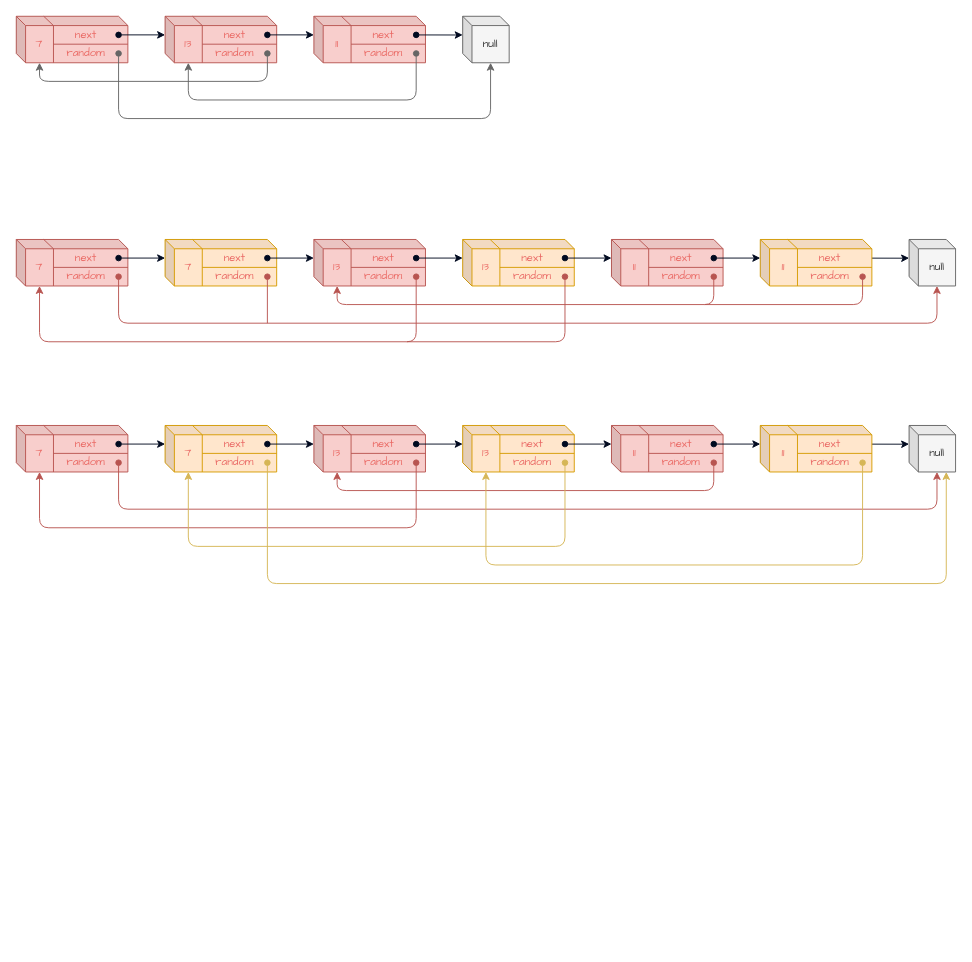
goldknife6/algorithm keeps this draw.io diagram as draw.io/复制复杂链表.drawio. Above is the earlier version. Source tidied: cells renumbered, new cells numbered last; positions are measured from the earlier drawing's top-left corner, leaving out a move shared by most shapes. Both pictures are drawn from the tidied source at 93%, with x=0, y=0 at pixel (16, 16).
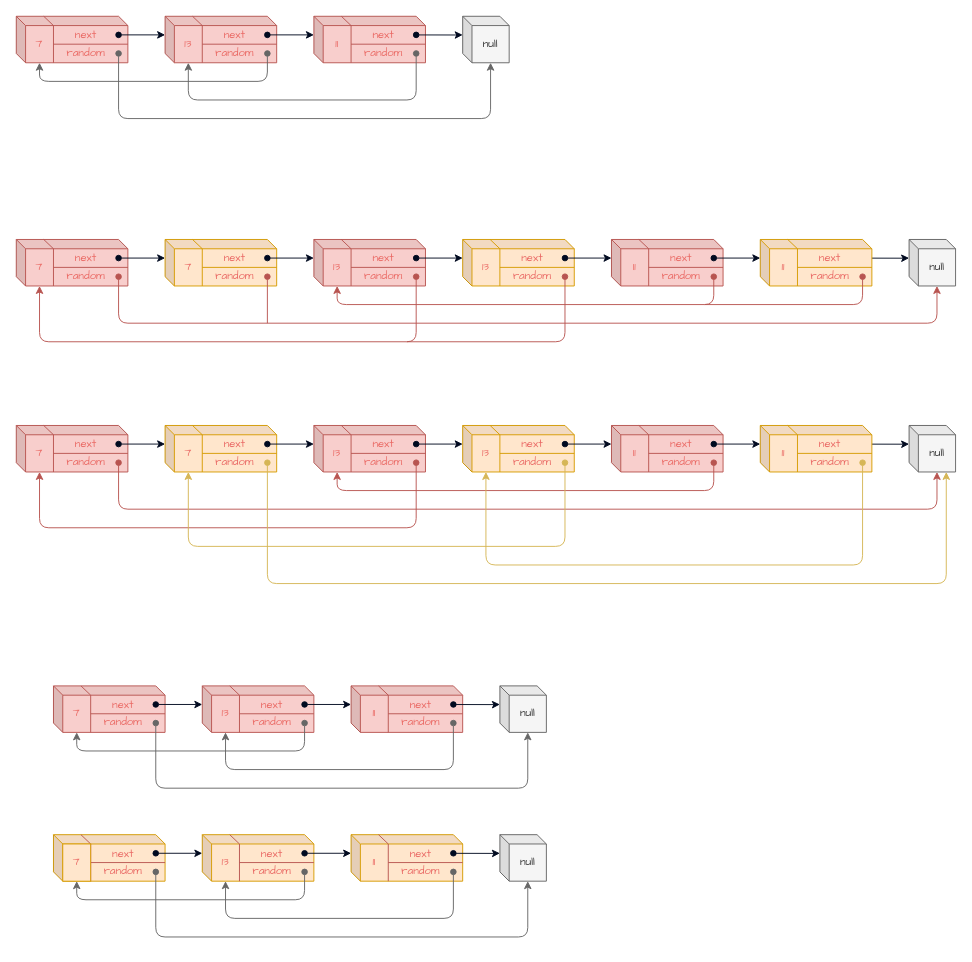
The same page after the edit.

Commit message:
更新复制复杂链表.drawio

What changed in the source:
```diff
@@
-<mxGraphModel>
+<mxGraphModel background="#ffffff">
@@
+    <mxCell id="142" style="shape=cube;whiteSpace=wrap;html=1;boundedLbl=1;backgroundOutline=1;darkOpacity=0.05;darkOpacity2=0.1;shadow=0;sketch=0;strokeWidth=1;size=10;fillColor=#f8cecc;strokeColor=#b85450;" parent="1" vertex="1">
+      <mxGeometry x="40" y="720" width="120" height="50" as="geometry" />
+    </mxCell>
+    <mxCell id="143" style="endArrow=none;html=1;rounded=0;sketch=0;strokeWidth=1;exitX=0.246;exitY=0;exitDx=0;exitDy=0;exitPerimeter=0;fillColor=#f8cecc;strokeColor=#b85450;" parent="1" edge="1" source="142">
+      <mxGeometry relative="1" as="geometry">
+        <mxPoint x="80" y="730" as="targetPoint" />
+      </mxGeometry>
+    </mxCell>
+    <mxCell id="144" style="endArrow=none;html=1;rounded=0;sketch=0;strokeWidth=1;fillColor=#f8cecc;strokeColor=#b85450;" parent="1" edge="1">
+      <mxGeometry relative="1" as="geometry">
+        <mxPoint x="80" y="770" as="sourcePoint" />
+        <mxPoint x="80" y="730" as="targetPoint" />
+      </mxGeometry>
+    </mxCell>
+    <mxCell id="145" style="endArrow=none;html=1;rounded=0;sketch=0;strokeWidth=1;entryX=0;entryY=0;entryDx=120;entryDy=30;entryPerimeter=0;fillColor=#f8cecc;strokeColor=#b85450;" parent="1" edge="1" target="142">
+      <mxGeometry relative="1" as="geometry">
+        <mxPoint x="80" y="750" as="sourcePoint" />
+      </mxGeometry>
+    </mxCell>
+    <mxCell id="146" style="edgeStyle=orthogonalEdgeStyle;rounded=1;sketch=0;jumpStyle=line;jettySize=auto;html=1;exitX=1;exitY=0.5;exitDx=0;exitDy=0;entryX=0;entryY=0;entryDx=0;entryDy=20;entryPerimeter=0;fontFamily=Comic Sans MS;startArrow=oval;startFill=1;strokeColor=#000A20;strokeWidth=1;shadow=0;targetPerimeterSpacing=0;endSize=6;startSize=6;" parent="1" edge="1" source="147" target="151">
+      <mxGeometry relative="1" as="geometry" />
+    </mxCell>
+    <mxCell id="147" value="&lt;font face=&quot;Comic Sans MS&quot; color=&quot;#ea6b66&quot;&gt;next&lt;/font&gt;" style="text;html=1;strokeColor=none;fillColor=none;align=center;verticalAlign=middle;whiteSpace=wrap;rounded=0;shadow=0;sketch=0;" parent="1" vertex="1">
+      <mxGeometry x="80" y="730" width="70" height="20" as="geometry" />
+    </mxCell>
+    <mxCell id="148" style="edgeStyle=orthogonalEdgeStyle;rounded=1;sketch=0;jumpStyle=none;jettySize=auto;html=1;exitX=1;exitY=0.5;exitDx=0;exitDy=0;entryX=0;entryY=0;entryDx=30;entryDy=50;entryPerimeter=0;shadow=0;fontFamily=Comic Sans MS;fontColor=#EA6B66;startArrow=oval;startFill=1;startSize=6;endSize=6;targetPerimeterSpacing=0;strokeColor=#666666;strokeWidth=1;fillColor=#f5f5f5;" parent="1" edge="1" source="149" target="169">
+      <mxGeometry relative="1" as="geometry">
+        <Array as="points">
+          <mxPoint x="150" y="830" />
+          <mxPoint x="550" y="830" />
+        </Array>
+      </mxGeometry>
+    </mxCell>
+    <mxCell id="149" value="&lt;font color=&quot;#ea6b66&quot;&gt;random&lt;/font&gt;" style="text;html=1;strokeColor=none;fillColor=none;align=center;verticalAlign=middle;whiteSpace=wrap;rounded=0;shadow=0;sketch=0;fontFamily=Comic Sans MS;" parent="1" vertex="1">
+      <mxGeometry x="80" y="750" width="70" height="20" as="geometry" />
+    </mxCell>
+    <mxCell id="150" value="&lt;font color=&quot;#ea6b66&quot;&gt;7&lt;/font&gt;" style="text;html=1;strokeColor=none;fillColor=none;align=center;verticalAlign=middle;whiteSpace=wrap;rounded=0;shadow=0;sketch=0;fontFamily=Comic Sans MS;" parent="1" vertex="1">
+      <mxGeometry x="50" y="730" width="30" height="40" as="geometry" />
+    </mxCell>
+    <mxCell id="151" style="shape=cube;whiteSpace=wrap;html=1;boundedLbl=1;backgroundOutline=1;darkOpacity=0.05;darkOpacity2=0.1;shadow=0;sketch=0;strokeWidth=1;size=10;fillColor=#f8cecc;strokeColor=#b85450;" parent="1" vertex="1">
+      <mxGeometry x="200" y="720" width="120" height="50" as="geometry" />
+    </mxCell>
+    <mxCell id="152" style="endArrow=none;html=1;rounded=0;sketch=0;strokeWidth=1;exitX=0.246;exitY=0;exitDx=0;exitDy=0;exitPerimeter=0;fillColor=#f8cecc;strokeColor=#b85450;" parent="1" edge="1" source="151">
+      <mxGeometry relative="1" as="geometry">
+        <mxPoint x="240" y="730" as="targetPoint" />
+      </mxGeometry>
+    </mxCell>
+    <mxCell id="153" style="endArrow=none;html=1;rounded=0;sketch=0;strokeWidth=1;fillColor=#f8cecc;strokeColor=#b85450;" parent="1" edge="1">
+      <mxGeometry relative="1" as="geometry">
+        <mxPoint x="240" y="770" as="sourcePoint" />
+        <mxPoint x="240" y="730" as="targetPoint" />
+      </mxGeometry>
+    </mxCell>
+    <mxCell id="154" style="endArrow=none;html=1;rounded=0;sketch=0;strokeWidth=1;entryX=0;entryY=0;entryDx=120;entryDy=30;entryPerimeter=0;fillColor=#f8cecc;strokeColor=#b85450;" parent="1" edge="1" target="151">
+      <mxGeometry relative="1" as="geometry">
+        <mxPoint x="240" y="750" as="sourcePoint" />
+      </mxGeometry>
+    </mxCell>
+    <mxCell id="155" style="edgeStyle=orthogonalEdgeStyle;rounded=1;sketch=0;jumpStyle=line;jettySize=auto;html=1;exitX=1;exitY=0.5;exitDx=0;exitDy=0;entryX=0;entryY=0;entryDx=0;entryDy=20;entryPerimeter=0;shadow=0;fontFamily=Comic Sans MS;fontColor=#EA6B66;startArrow=oval;startFill=1;startSize=6;endSize=6;targetPerimeterSpacing=0;strokeColor=#000A20;strokeWidth=1;" parent="1" edge="1" source="156" target="160">
+      <mxGeometry relative="1" as="geometry" />
+    </mxCell>
+    <mxCell id="156" value="&lt;font face=&quot;Comic Sans MS&quot; color=&quot;#ea6b66&quot;&gt;next&lt;/font&gt;" style="text;html=1;strokeColor=none;fillColor=none;align=center;verticalAlign=middle;whiteSpace=wrap;rounded=0;shadow=0;sketch=0;" parent="1" vertex="1">
+      <mxGeometry x="240" y="730" width="70" height="20" as="geometry" />
+    </mxCell>
+    <mxCell id="157" style="edgeStyle=orthogonalEdgeStyle;rounded=1;sketch=0;jumpStyle=none;jettySize=auto;html=1;exitX=1;exitY=0.5;exitDx=0;exitDy=0;entryX=0.5;entryY=1;entryDx=0;entryDy=0;shadow=0;fontFamily=Comic Sans MS;fontColor=#EA6B66;startArrow=oval;startFill=1;startSize=6;endSize=6;targetPerimeterSpacing=0;strokeColor=#666666;strokeWidth=1;fillColor=#f5f5f5;" parent="1" edge="1" source="158" target="150">
+      <mxGeometry relative="1" as="geometry">
+        <Array as="points">
+          <mxPoint x="310" y="790" />
+          <mxPoint x="65" y="790" />
+        </Array>
+      </mxGeometry>
+    </mxCell>
+    <mxCell id="158" value="&lt;font color=&quot;#ea6b66&quot;&gt;random&lt;/font&gt;" style="text;html=1;strokeColor=none;fillColor=none;align=center;verticalAlign=middle;whiteSpace=wrap;rounded=0;shadow=0;sketch=0;fontFamily=Comic Sans MS;" parent="1" vertex="1">
+      <mxGeometry x="240" y="750" width="70" height="20" as="geometry" />
+    </mxCell>
+    <mxCell id="159" value="&lt;font color=&quot;#ea6b66&quot;&gt;13&lt;/font&gt;" style="text;html=1;strokeColor=none;fillColor=none;align=center;verticalAlign=middle;whiteSpace=wrap;rounded=0;shadow=0;sketch=0;fontFamily=Comic Sans MS;" parent="1" vertex="1">
+      <mxGeometry x="210" y="730" width="30" height="40" as="geometry" />
+    </mxCell>
+    <mxCell id="160" style="shape=cube;whiteSpace=wrap;html=1;boundedLbl=1;backgroundOutline=1;darkOpacity=0.05;darkOpacity2=0.1;shadow=0;sketch=0;strokeWidth=1;size=10;fillColor=#f8cecc;strokeColor=#b85450;" parent="1" vertex="1">
+      <mxGeometry x="360" y="720" width="120" height="50" as="geometry" />
+    </mxCell>
+    <mxCell id="161" style="endArrow=none;html=1;rounded=0;sketch=0;strokeWidth=1;exitX=0.246;exitY=0;exitDx=0;exitDy=0;exitPerimeter=0;fillColor=#f8cecc;strokeColor=#b85450;" parent="1" edge="1" source="160">
+      <mxGeometry relative="1" as="geometry">
+        <mxPoint x="400" y="730" as="targetPoint" />
+      </mxGeometry>
+    </mxCell>
+    <mxCell id="162" style="endArrow=none;html=1;rounded=0;sketch=0;strokeWidth=1;fillColor=#f8cecc;strokeColor=#b85450;" parent="1" edge="1">
+      <mxGeometry relative="1" as="geometry">
+        <mxPoint x="400" y="770" as="sourcePoint" />
+        <mxPoint x="400" y="730" as="targetPoint" />
+      </mxGeometry>
+    </mxCell>
+    <mxCell id="163" style="endArrow=none;html=1;rounded=0;sketch=0;strokeWidth=1;entryX=0;entryY=0;entryDx=120;entryDy=30;entryPerimeter=0;fillColor=#f8cecc;strokeColor=#b85450;" parent="1" edge="1" target="160">
+      <mxGeometry relative="1" as="geometry">
+        <mxPoint x="400" y="750" as="sourcePoint" />
+      </mxGeometry>
+    </mxCell>
+    <mxCell id="164" value="&lt;font face=&quot;Comic Sans MS&quot; color=&quot;#ea6b66&quot;&gt;next&lt;/font&gt;" style="text;html=1;strokeColor=none;fillColor=none;align=center;verticalAlign=middle;whiteSpace=wrap;rounded=0;shadow=0;sketch=0;" parent="1" vertex="1">
+      <mxGeometry x="400" y="730" width="70" height="20" as="geometry" />
+    </mxCell>
+    <mxCell id="165" style="edgeStyle=orthogonalEdgeStyle;rounded=1;sketch=0;jumpStyle=none;jettySize=auto;html=1;exitX=1;exitY=0.5;exitDx=0;exitDy=0;entryX=0.5;entryY=1;entryDx=0;entryDy=0;shadow=0;fontFamily=Comic Sans MS;fontColor=#EA6B66;startArrow=oval;startFill=1;startSize=6;endSize=6;targetPerimeterSpacing=0;strokeColor=#666666;strokeWidth=1;fillColor=#f5f5f5;" parent="1" edge="1" source="166" target="159">
+      <mxGeometry relative="1" as="geometry">
+        <Array as="points">
+          <mxPoint x="470" y="810" />
+          <mxPoint x="225" y="810" />
+        </Array>
+      </mxGeometry>
+    </mxCell>
+    <mxCell id="166" value="&lt;font color=&quot;#ea6b66&quot;&gt;random&lt;/font&gt;" style="text;html=1;strokeColor=none;fillColor=none;align=center;verticalAlign=middle;whiteSpace=wrap;rounded=0;shadow=0;sketch=0;fontFamily=Comic Sans MS;" parent="1" vertex="1">
+      <mxGeometry x="400" y="750" width="70" height="20" as="geometry" />
+    </mxCell>
+    <mxCell id="167" value="&lt;font color=&quot;#ea6b66&quot;&gt;11&lt;/font&gt;" style="text;html=1;strokeColor=none;fillColor=none;align=center;verticalAlign=middle;whiteSpace=wrap;rounded=0;shadow=0;sketch=0;fontFamily=Comic Sans MS;" parent="1" vertex="1">
+      <mxGeometry x="370" y="730" width="30" height="40" as="geometry" />
+    </mxCell>
+    <mxCell id="168" style="edgeStyle=orthogonalEdgeStyle;rounded=1;sketch=0;jumpStyle=line;jettySize=auto;html=1;exitX=1;exitY=0.5;exitDx=0;exitDy=0;entryX=0;entryY=0;entryDx=0;entryDy=20;entryPerimeter=0;shadow=0;fontFamily=Comic Sans MS;fontColor=#EA6B66;startArrow=oval;startFill=1;startSize=6;endSize=6;targetPerimeterSpacing=0;strokeColor=#000A20;strokeWidth=1;" parent="1" edge="1" target="169">
+      <mxGeometry relative="1" as="geometry">
+        <mxPoint x="470" y="740" as="sourcePoint" />
+      </mxGeometry>
+    </mxCell>
+    <mxCell id="169" value="null" style="shape=cube;whiteSpace=wrap;html=1;boundedLbl=1;backgroundOutline=1;darkOpacity=0.05;darkOpacity2=0.1;shadow=0;sketch=0;fontFamily=Comic Sans MS;fontColor=#333333;strokeColor=#666666;strokeWidth=1;size=10;fillColor=#f5f5f5;" parent="1" vertex="1">
+      <mxGeometry x="520" y="720" width="50" height="50" as="geometry" />
+    </mxCell>
+    <mxCell id="170" style="shape=cube;whiteSpace=wrap;html=1;boundedLbl=1;backgroundOutline=1;darkOpacity=0.05;darkOpacity2=0.1;shadow=0;sketch=0;strokeWidth=1;size=10;fillColor=#ffe6cc;strokeColor=#d79b00;" parent="1" vertex="1">
+      <mxGeometry x="40" y="880" width="120" height="50" as="geometry" />
+    </mxCell>
+    <mxCell id="171" style="endArrow=none;html=1;rounded=0;sketch=0;strokeWidth=1;exitX=0.246;exitY=0;exitDx=0;exitDy=0;exitPerimeter=0;fillColor=#f8cecc;strokeColor=#b85450;" parent="1" edge="1" source="170">
+      <mxGeometry relative="1" as="geometry">
+        <mxPoint x="80" y="890" as="targetPoint" />
+      </mxGeometry>
+    </mxCell>
+    <mxCell id="172" style="endArrow=none;html=1;rounded=0;sketch=0;strokeWidth=1;fillColor=#f8cecc;strokeColor=#b85450;" parent="1" edge="1">
+      <mxGeometry relative="1" as="geometry">
+        <mxPoint x="80" y="930" as="sourcePoint" />
+        <mxPoint x="80" y="890" as="targetPoint" />
+      </mxGeometry>
+    </mxCell>
+    <mxCell id="173" style="endArrow=none;html=1;rounded=0;sketch=0;strokeWidth=1;entryX=0;entryY=0;entryDx=120;entryDy=30;entryPerimeter=0;fillColor=#f8cecc;strokeColor=#b85450;" parent="1" edge="1" target="170">
+      <mxGeometry relative="1" as="geometry">
+        <mxPoint x="80" y="910" as="sourcePoint" />
+      </mxGeometry>
+    </mxCell>
+    <mxCell id="174" style="edgeStyle=orthogonalEdgeStyle;rounded=1;sketch=0;jumpStyle=line;jettySize=auto;html=1;exitX=1;exitY=0.5;exitDx=0;exitDy=0;entryX=0;entryY=0;entryDx=0;entryDy=20;entryPerimeter=0;fontFamily=Comic Sans MS;startArrow=oval;startFill=1;strokeColor=#000A20;strokeWidth=1;shadow=0;targetPerimeterSpacing=0;endSize=6;startSize=6;" parent="1" edge="1" source="175" target="179">
+      <mxGeometry relative="1" as="geometry" />
+    </mxCell>
+    <mxCell id="175" value="&lt;font face=&quot;Comic Sans MS&quot; color=&quot;#ea6b66&quot;&gt;next&lt;/font&gt;" style="text;html=1;strokeColor=none;fillColor=none;align=center;verticalAlign=middle;whiteSpace=wrap;rounded=0;shadow=0;sketch=0;" parent="1" vertex="1">
+      <mxGeometry x="80" y="890" width="70" height="20" as="geometry" />
+    </mxCell>
+    <mxCell id="176" style="edgeStyle=orthogonalEdgeStyle;rounded=1;sketch=0;jumpStyle=none;jettySize=auto;html=1;exitX=1;exitY=0.5;exitDx=0;exitDy=0;entryX=0;entryY=0;entryDx=30;entryDy=50;entryPerimeter=0;shadow=0;fontFamily=Comic Sans MS;fontColor=#EA6B66;startArrow=oval;startFill=1;startSize=6;endSize=6;targetPerimeterSpacing=0;strokeColor=#666666;strokeWidth=1;fillColor=#f5f5f5;" parent="1" edge="1" source="177" target="197">
+      <mxGeometry relative="1" as="geometry">
+        <Array as="points">
+          <mxPoint x="150" y="990" />
+          <mxPoint x="550" y="990" />
+        </Array>
+      </mxGeometry>
+    </mxCell>
+    <mxCell id="177" value="&lt;font color=&quot;#ea6b66&quot;&gt;random&lt;/font&gt;" style="text;html=1;strokeColor=none;fillColor=none;align=center;verticalAlign=middle;whiteSpace=wrap;rounded=0;shadow=0;sketch=0;fontFamily=Comic Sans MS;" parent="1" vertex="1">
+      <mxGeometry x="80" y="910" width="70" height="20" as="geometry" />
+    </mxCell>
+    <mxCell id="178" value="&lt;font color=&quot;#ea6b66&quot;&gt;7&lt;/font&gt;" style="text;html=1;strokeColor=#d79b00;fillColor=#ffe6cc;align=center;verticalAlign=middle;whiteSpace=wrap;rounded=0;shadow=0;sketch=0;fontFamily=Comic Sans MS;" parent="1" vertex="1">
+      <mxGeometry x="50" y="890" width="30" height="40" as="geometry" />
+    </mxCell>
+    <mxCell id="179" style="shape=cube;whiteSpace=wrap;html=1;boundedLbl=1;backgroundOutline=1;darkOpacity=0.05;darkOpacity2=0.1;shadow=0;sketch=0;strokeWidth=1;size=10;fillColor=#ffe6cc;strokeColor=#d79b00;" parent="1" vertex="1">
+      <mxGeometry x="200" y="880" width="120" height="50" as="geometry" />
+    </mxCell>
+    <mxCell id="180" style="endArrow=none;html=1;rounded=0;sketch=0;strokeWidth=1;exitX=0.246;exitY=0;exitDx=0;exitDy=0;exitPerimeter=0;fillColor=#f8cecc;strokeColor=#b85450;" parent="1" edge="1" source="179">
+      <mxGeometry relative="1" as="geometry">
+        <mxPoint x="240" y="890" as="targetPoint" />
+      </mxGeometry>
+    </mxCell>
+    <mxCell id="181" style="endArrow=none;html=1;rounded=0;sketch=0;strokeWidth=1;fillColor=#f8cecc;strokeColor=#b85450;" parent="1" edge="1">
+      <mxGeometry relative="1" as="geometry">
+        <mxPoint x="240" y="930" as="sourcePoint" />
+        <mxPoint x="240" y="890" as="targetPoint" />
+      </mxGeometry>
+    </mxCell>
+    <mxCell id="182" style="endArrow=none;html=1;rounded=0;sketch=0;strokeWidth=1;entryX=0;entryY=0;entryDx=120;entryDy=30;entryPerimeter=0;fillColor=#f8cecc;strokeColor=#b85450;" parent="1" edge="1" target="179">
+      <mxGeometry relative="1" as="geometry">
+        <mxPoint x="240" y="910" as="sourcePoint" />
+      </mxGeometry>
+    </mxCell>
+    <mxCell id="183" style="edgeStyle=orthogonalEdgeStyle;rounded=1;sketch=0;jumpStyle=line;jettySize=auto;html=1;exitX=1;exitY=0.5;exitDx=0;exitDy=0;entryX=0;entryY=0;entryDx=0;entryDy=20;entryPerimeter=0;shadow=0;fontFamily=Comic Sans MS;fontColor=#EA6B66;startArrow=oval;startFill=1;startSize=6;endSize=6;targetPerimeterSpacing=0;strokeColor=#000A20;strokeWidth=1;" parent="1" edge="1" source="184" target="188">
+      <mxGeometry relative="1" as="geometry" />
+    </mxCell>
+    <mxCell id="184" value="&lt;font face=&quot;Comic Sans MS&quot; color=&quot;#ea6b66&quot;&gt;next&lt;/font&gt;" style="text;html=1;strokeColor=none;fillColor=none;align=center;verticalAlign=middle;whiteSpace=wrap;rounded=0;shadow=0;sketch=0;" parent="1" vertex="1">
+      <mxGeometry x="240" y="890" width="70" height="20" as="geometry" />
+    </mxCell>
+    <mxCell id="185" style="edgeStyle=orthogonalEdgeStyle;rounded=1;sketch=0;jumpStyle=none;jettySize=auto;html=1;exitX=1;exitY=0.5;exitDx=0;exitDy=0;entryX=0.5;entryY=1;entryDx=0;entryDy=0;shadow=0;fontFamily=Comic Sans MS;fontColor=#EA6B66;startArrow=oval;startFill=1;startSize=6;endSize=6;targetPerimeterSpacing=0;strokeColor=#666666;strokeWidth=1;fillColor=#f5f5f5;" parent="1" edge="1" source="186" target="178">
+      <mxGeometry relative="1" as="geometry">
+        <Array as="points">
+          <mxPoint x="310" y="950" />
+          <mxPoint x="65" y="950" />
+        </Array>
+      </mxGeometry>
+    </mxCell>
+    <mxCell id="186" value="&lt;font color=&quot;#ea6b66&quot;&gt;random&lt;/font&gt;" style="text;html=1;strokeColor=none;fillColor=none;align=center;verticalAlign=middle;whiteSpace=wrap;rounded=0;shadow=0;sketch=0;fontFamily=Comic Sans MS;" parent="1" vertex="1">
+      <mxGeometry x="240" y="910" width="70" height="20" as="geometry" />
+    </mxCell>
+    <mxCell id="187" value="&lt;font color=&quot;#ea6b66&quot;&gt;13&lt;/font&gt;" style="text;html=1;strokeColor=none;fillColor=none;align=center;verticalAlign=middle;whiteSpace=wrap;rounded=0;shadow=0;sketch=0;fontFamily=Comic Sans MS;" parent="1" vertex="1">
+      <mxGeometry x="210" y="890" width="30" height="40" as="geometry" />
+    </mxCell>
+    <mxCell id="188" style="shape=cube;whiteSpace=wrap;html=1;boundedLbl=1;backgroundOutline=1;darkOpacity=0.05;darkOpacity2=0.1;shadow=0;sketch=0;strokeWidth=1;size=10;fillColor=#ffe6cc;strokeColor=#d79b00;" parent="1" vertex="1">
+      <mxGeometry x="360" y="880" width="120" height="50" as="geometry" />
+    </mxCell>
+    <mxCell id="189" style="endArrow=none;html=1;rounded=0;sketch=0;strokeWidth=1;exitX=0.246;exitY=0;exitDx=0;exitDy=0;exitPerimeter=0;fillColor=#f8cecc;strokeColor=#b85450;" parent="1" edge="1" source="188">
+      <mxGeometry relative="1" as="geometry">
+        <mxPoint x="400" y="890" as="targetPoint" />
+      </mxGeometry>
+    </mxCell>
+    <mxCell id="190" style="endArrow=none;html=1;rounded=0;sketch=0;strokeWidth=1;fillColor=#f8cecc;strokeColor=#b85450;" parent="1" edge="1">
+      <mxGeometry relative="1" as="geometry">
+        <mxPoint x="400" y="930" as="sourcePoint" />
+        <mxPoint x="400" y="890" as="targetPoint" />
+      </mxGeometry>
+    </mxCell>
+    <mxCell id="191" style="endArrow=none;html=1;rounded=0;sketch=0;strokeWidth=1;entryX=0;entryY=0;entryDx=120;entryDy=30;entryPerimeter=0;fillColor=#f8cecc;strokeColor=#b85450;" parent="1" edge="1" target="188">
+      <mxGeometry relative="1" as="geometry">
+        <mxPoint x="400" y="910" as="sourcePoint" />
+      </mxGeometry>
+    </mxCell>
+    <mxCell id="192" value="&lt;font face=&quot;Comic Sans MS&quot; color=&quot;#ea6b66&quot;&gt;next&lt;/font&gt;" style="text;html=1;strokeColor=none;fillColor=none;align=center;verticalAlign=middle;whiteSpace=wrap;rounded=0;shadow=0;sketch=0;" parent="1" vertex="1">
+      <mxGeometry x="400" y="890" width="70" height="20" as="geometry" />
+    </mxCell>
+    <mxCell id="193" style="edgeStyle=orthogonalEdgeStyle;rounded=1;sketch=0;jumpStyle=none;jettySize=auto;html=1;exitX=1;exitY=0.5;exitDx=0;exitDy=0;entryX=0.5;entryY=1;entryDx=0;entryDy=0;shadow=0;fontFamily=Comic Sans MS;fontColor=#EA6B66;startArrow=oval;startFill=1;startSize=6;endSize=6;targetPerimeterSpacing=0;strokeColor=#666666;strokeWidth=1;fillColor=#f5f5f5;" parent="1" edge="1" source="194" target="187">
+      <mxGeometry relative="1" as="geometry">
+        <Array as="points">
+          <mxPoint x="470" y="970" />
+          <mxPoint x="225" y="970" />
+        </Array>
+      </mxGeometry>
+    </mxCell>
+    <mxCell id="194" value="&lt;font color=&quot;#ea6b66&quot;&gt;random&lt;/font&gt;" style="text;html=1;strokeColor=none;fillColor=none;align=center;verticalAlign=middle;whiteSpace=wrap;rounded=0;shadow=0;sketch=0;fontFamily=Comic Sans MS;" parent="1" vertex="1">
+      <mxGeometry x="400" y="910" width="70" height="20" as="geometry" />
+    </mxCell>
+    <mxCell id="195" value="&lt;font color=&quot;#ea6b66&quot;&gt;11&lt;/font&gt;" style="text;html=1;strokeColor=none;fillColor=none;align=center;verticalAlign=middle;whiteSpace=wrap;rounded=0;shadow=0;sketch=0;fontFamily=Comic Sans MS;" parent="1" vertex="1">
+      <mxGeometry x="370" y="890" width="30" height="40" as="geometry" />
+    </mxCell>
+    <mxCell id="196" style="edgeStyle=orthogonalEdgeStyle;rounded=1;sketch=0;jumpStyle=line;jettySize=auto;html=1;exitX=1;exitY=0.5;exitDx=0;exitDy=0;entryX=0;entryY=0;entryDx=0;entryDy=20;entryPerimeter=0;shadow=0;fontFamily=Comic Sans MS;fontColor=#EA6B66;startArrow=oval;startFill=1;startSize=6;endSize=6;targetPerimeterSpacing=0;strokeColor=#000A20;strokeWidth=1;" parent="1" edge="1" target="197">
+      <mxGeometry relative="1" as="geometry">
+        <mxPoint x="470" y="900" as="sourcePoint" />
+      </mxGeometry>
+    </mxCell>
+    <mxCell id="197" value="null" style="shape=cube;whiteSpace=wrap;html=1;boundedLbl=1;backgroundOutline=1;darkOpacity=0.05;darkOpacity2=0.1;shadow=0;sketch=0;fontFamily=Comic Sans MS;fontColor=#333333;strokeColor=#666666;strokeWidth=1;size=10;fillColor=#f5f5f5;" parent="1" vertex="1">
+      <mxGeometry x="520" y="880" width="50" height="50" as="geometry" />
+    </mxCell>
```
